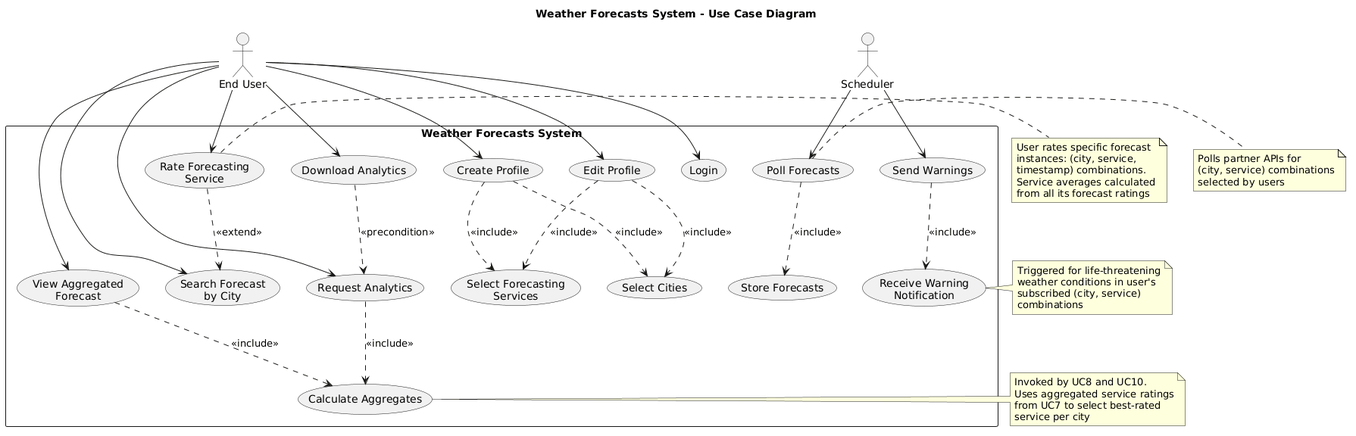
Above: requirements/usecase_diagram.png in ManosMorf97/Weather-Forecasts-AI-Remastered (PlantUML), before the change.
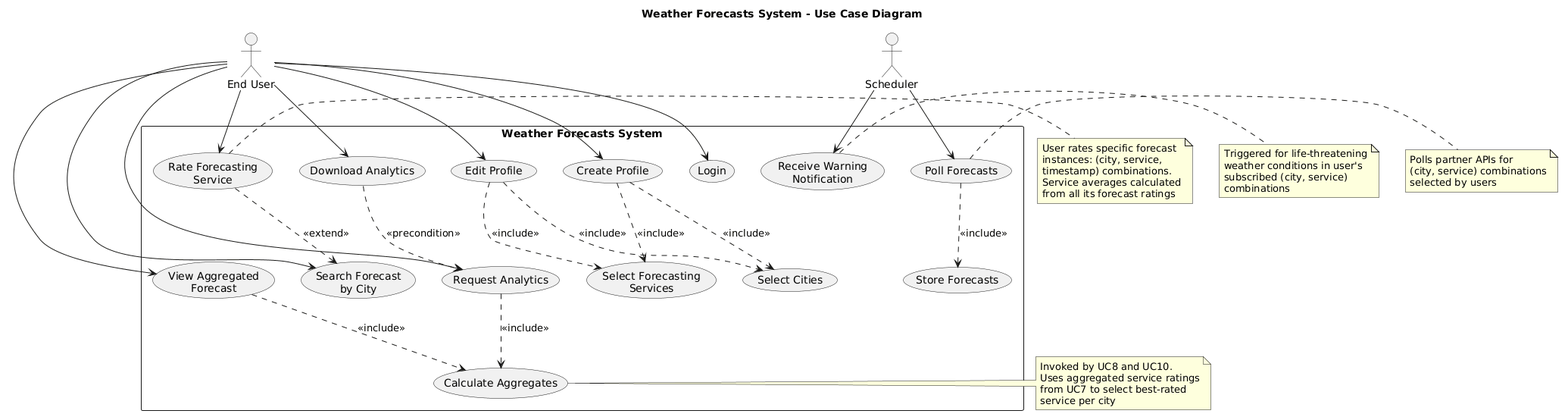
After the commit.

The edit, as a diff of the source:
```diff
@@ -24,9 +24,8 @@
 
     usecase "Poll Forecasts" as UC12
     usecase "Store Forecasts" as UC13
-    usecase "Send Warnings" as UC14
 
-    usecase "Calculate Aggregates" as UC15
+    usecase "Calculate Aggregates" as UC14
 }
 
 User --> UC1
@@ -39,7 +38,7 @@
 User --> UC10
 
 Scheduler --> UC12
-Scheduler --> UC14
+Scheduler --> UC11
 
 UC2 ..> UC4 : <<include>>
 UC2 ..> UC5 : <<include>>
@@ -47,12 +46,11 @@
 UC3 ..> UC5 : <<include>>
 
 UC7 ..> UC6 : <<extend>>
-UC8 ..> UC15 : <<include>>
+UC8 ..> UC14 : <<include>>
 UC9 ..> UC8 : <<precondition>>
-UC10 ..> UC15 : <<include>>
+UC10 ..> UC14 : <<include>>
 
 UC12 ..> UC13 : <<include>>
-UC14 ..> UC11 : <<include>>
 
 note right of UC7
   User rates specific forecast
@@ -69,7 +67,7 @@
   combinations
 end note
 
-note right of UC15
+note right of UC14
   Invoked by UC8 and UC10.
   Uses aggregated service ratings
   from UC7 to select best-rated
```
